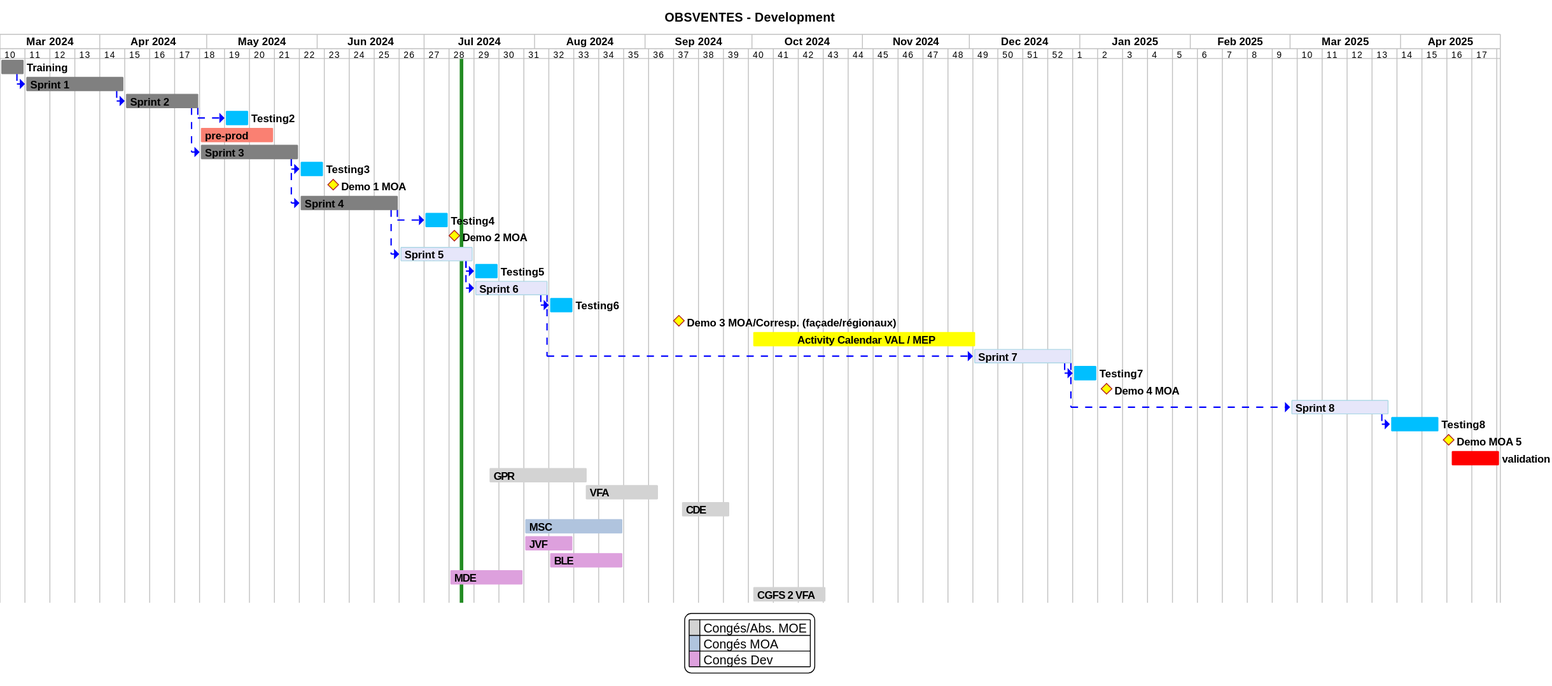
Above: projects/obsvente/not/images/refonte-obsventes-planning-sprints.svg in sumaris-net/sumaris-doc (PlantUML), before the change. Its source is kept beside it as projects/obsvente/not/images/refonte-obsventes-planning-sprints.puml.
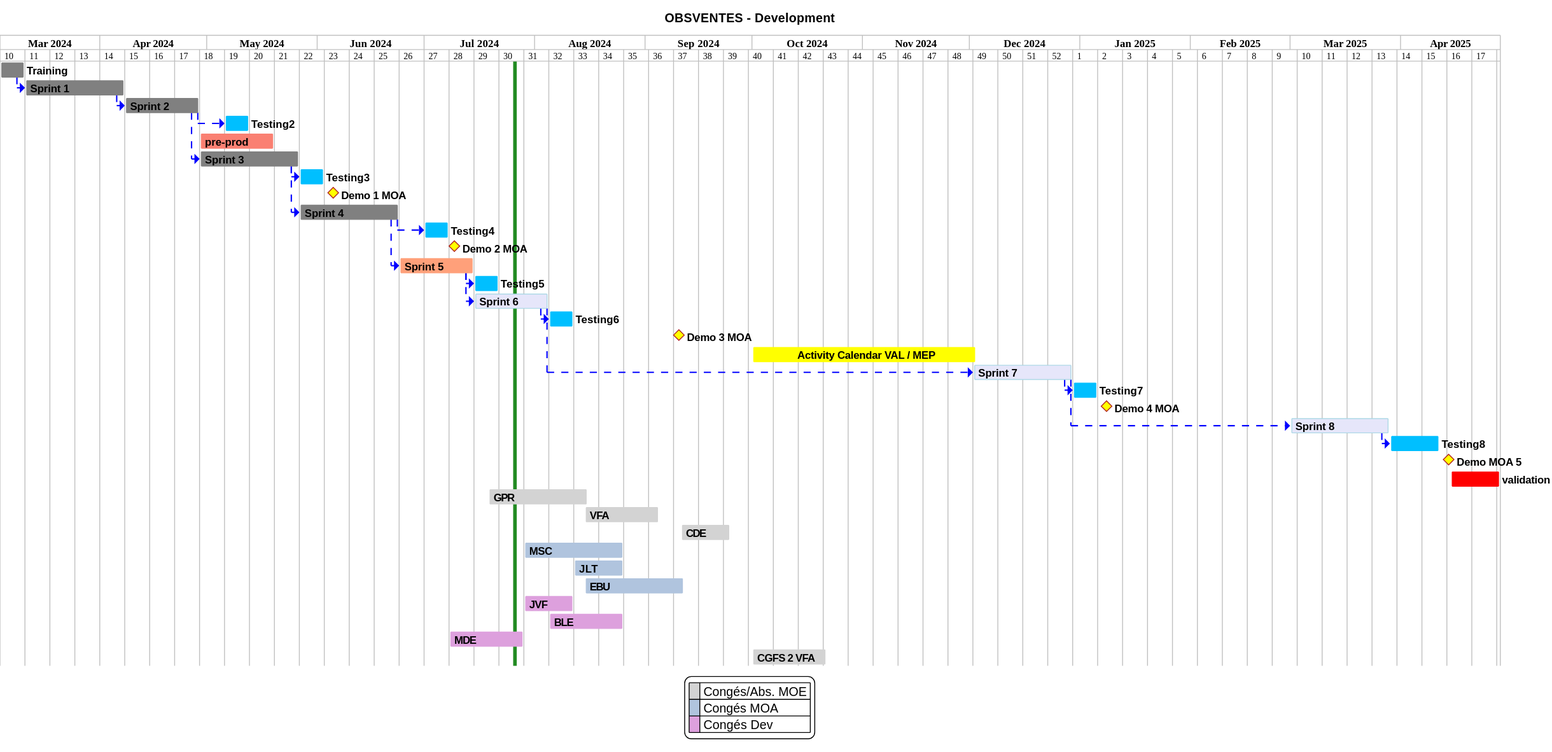
After the change.

Commit message:
[not] update planning and sprints dashboard (ActiFLot, ObsVentes)

Diff of the diagram source:
```diff
@@ -88,7 +88,7 @@
 [Demo 2 MOA] happens 9th of July 2024
 
 [Sprint 5] as [TASK5] requires 3 weeks and starts the 24th of June 2024
-[TASK5] is colored in Lavender/LightBlue
+[TASK5] is colored in lightsalmon
 [TASK4]->[TASK5]
 [Testing5] requires 1 week
 [TASK5]->[Testing5]
@@ -99,7 +99,7 @@
 [Testing6] requires 1 week
 [TASK6]->[Testing6]
 
-[Demo 3 MOA/Corresp. (façade/régionaux)] happens the 10th of September 2024
+[Demo 3 MOA] happens the 10th of September 2024
 
 
 [               Activity Calendar VAL / MEP] as [ActivityCalendarMEP] starts 1th October 2024 and requires 9 weeks
```
